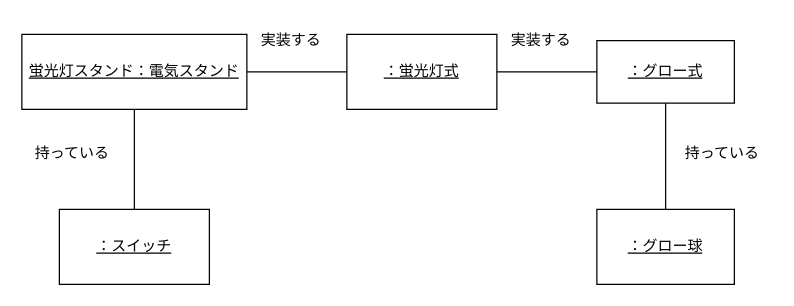
ucsaeki/UML_chonyumon keeps this draw.io diagram as page "ページ2" (2 of 2) of Lesson09/Lesson9.drawio. Above is the earlier version. Source tidied: cells renumbered, new cells numbered last; positions are measured from the earlier drawing's top-left corner, leaving out a move shared by most shapes. Both pictures are drawn from the tidied source at 125%, with x=0, y=0 at pixel (21, 21).
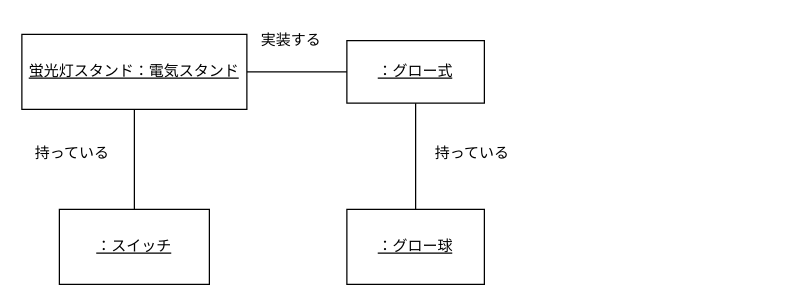
The same diagram, later.

The edit, as a diff of the source:
```diff
@@
 <mxGraphModel>
   <root>
     <mxCell id="0" />
     <mxCell id="1" parent="0" />
     <mxCell id="2" style="shape=table;startSize=0;childLayout=tableLayout;" parent="1" vertex="1">
-      <mxGeometry x="460" y="15" width="110" height="50" as="geometry" />
+      <mxGeometry x="260" y="15" width="110" height="50" as="geometry" />
     </mxCell>
     <mxCell id="3" style="shape=tableRow;horizontal=0;startSize=0;swimlaneHead=0;swimlaneBody=0;strokeColor=inherit;top=0;left=0;bottom=0;right=0;fillColor=none;points=[[0,0.5],[1,0.5]];portConstraint=eastwest;fontStyle=4;" parent="2" vertex="1">
       <mxGeometry width="110" height="50" as="geometry" />
     </mxCell>
     <mxCell id="4" value="：グロー式" style="shape=partialRectangle;html=1;whiteSpace=wrap;strokeColor=inherit;overflow=hidden;fillColor=none;top=0;left=0;bottom=0;right=0;fontStyle=4;" parent="3" vertex="1">
       <mxGeometry width="110" height="50" as="geometry" />
     </mxCell>
     <mxCell id="5" style="shape=table;startSize=0;childLayout=tableLayout;" parent="1" vertex="1">
-      <mxGeometry x="460" y="150" width="110" height="60" as="geometry" />
+      <mxGeometry x="260" y="150" width="110" height="60" as="geometry" />
     </mxCell>
     <mxCell id="6" style="shape=tableRow;horizontal=0;startSize=0;swimlaneHead=0;swimlaneBody=0;strokeColor=inherit;top=0;left=0;bottom=0;right=0;fillColor=none;points=[[0,0.5],[1,0.5]];portConstraint=eastwest;fontStyle=4;" parent="5" vertex="1">
       <mxGeometry width="110" height="60" as="geometry" />
     </mxCell>
     <mxCell id="7" value="：グロー球" style="shape=partialRectangle;html=1;whiteSpace=wrap;strokeColor=inherit;overflow=hidden;fillColor=none;top=0;left=0;bottom=0;right=0;fontStyle=4;" parent="6" vertex="1">
       <mxGeometry width="110" height="60" as="geometry" />
     </mxCell>
     <mxCell id="8" value="実装する" style="text;html=1;align=center;verticalAlign=middle;strokeColor=none;fillColor=none;" parent="1" vertex="1">
       <mxGeometry x="180" width="70" height="30" as="geometry" />
     </mxCell>
     <mxCell id="9" value="持っている" style="text;html=1;align=center;verticalAlign=middle;strokeColor=none;fillColor=none;" parent="1" vertex="1">
       <mxGeometry y="90" width="80" height="30" as="geometry" />
     </mxCell>
-    <mxCell id="10" style="edgeStyle=orthogonalEdgeStyle;rounded=0;jettySize=auto;html=1;exitX=1;exitY=0.5;exitDx=0;exitDy=0;endArrow=none;endFill=0;" parent="1" edge="1" source="12" target="17">
+    <mxCell id="10" style="edgeStyle=orthogonalEdgeStyle;rounded=0;jettySize=auto;html=1;exitX=1;exitY=0.5;exitDx=0;exitDy=0;endArrow=none;endFill=0;" parent="1" edge="1" source="12" target="3">
       <mxGeometry relative="1" as="geometry" />
     </mxCell>
     <mxCell id="11" style="edgeStyle=orthogonalEdgeStyle;rounded=0;jettySize=auto;html=1;exitX=0.5;exitY=1;exitDx=0;exitDy=0;endArrow=none;endFill=0;" parent="1" edge="1" source="12" target="15">
       <mxGeometry relative="1" as="geometry" />
     </mxCell>
     <mxCell id="12" value="&lt;u&gt;蛍光灯スタンド：電気スタンド&lt;/u&gt;" style="rounded=0;whiteSpace=wrap;html=1;" parent="1" vertex="1">
       <mxGeometry y="10" width="180" height="60" as="geometry" />
     </mxCell>
     <mxCell id="13" value="持っている" style="text;html=1;align=center;verticalAlign=middle;strokeColor=none;fillColor=none;" parent="1" vertex="1">
-      <mxGeometry x="520" y="90" width="80" height="30" as="geometry" />
+      <mxGeometry x="320" y="90" width="80" height="30" as="geometry" />
     </mxCell>
     <mxCell id="14" style="endArrow=none;html=1;rounded=0;endFill=0;" parent="1" edge="1" source="3" target="6">
       <mxGeometry relative="1" as="geometry" />
     </mxCell>
     <mxCell id="15" value="&lt;u&gt;：スイッチ&lt;/u&gt;" style="rounded=0;whiteSpace=wrap;html=1;" parent="1" vertex="1">
       <mxGeometry x="30" y="150" width="120" height="60" as="geometry" />
     </mxCell>
-    <mxCell id="16" style="edgeStyle=orthogonalEdgeStyle;rounded=0;jettySize=auto;html=1;exitX=1;exitY=0.5;exitDx=0;exitDy=0;endArrow=none;endFill=0;" parent="1" edge="1" source="17" target="3">
-      <mxGeometry relative="1" as="geometry" />
-    </mxCell>
-    <mxCell id="17" value="&lt;u&gt;：蛍光灯式&lt;/u&gt;" style="rounded=0;whiteSpace=wrap;html=1;" parent="1" vertex="1">
-      <mxGeometry x="260" y="10" width="120" height="60" as="geometry" />
-    </mxCell>
-    <mxCell id="18" value="実装する" style="text;html=1;align=center;verticalAlign=middle;strokeColor=none;fillColor=none;" parent="1" vertex="1">
-      <mxGeometry x="380" width="70" height="30" as="geometry" />
-    </mxCell>
   </root>
 </mxGraphModel>
```
